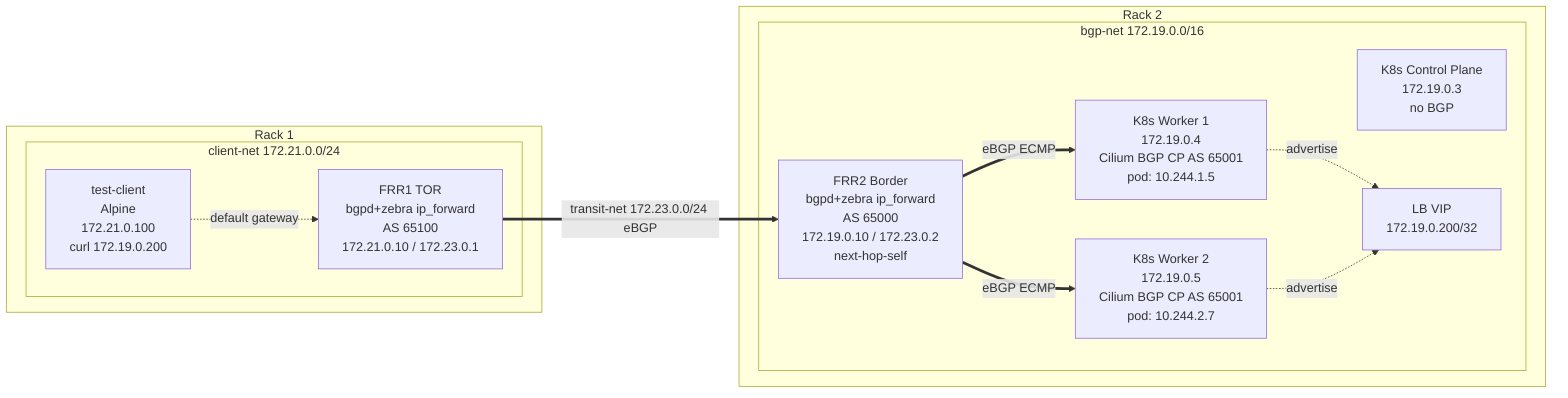
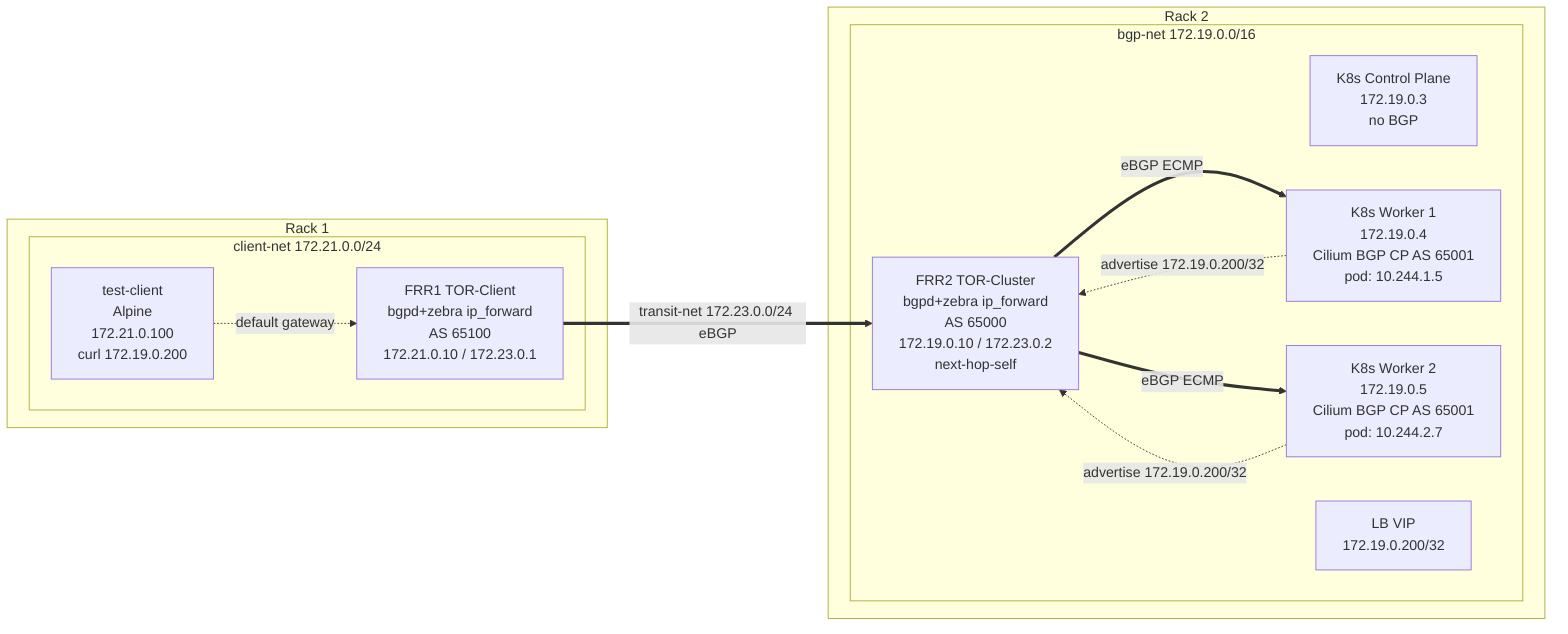
graph LR
    subgraph R1["Rack 1"]
        subgraph CN["client-net 172.21.0.0/24"]
            CL["test-client
                Alpine
                172.21.0.100
                curl 172.19.0.200"]
-             F1["FRR1 TOR
+             F1["FRR1 TOR-Client
                bgpd+zebra ip_forward
                AS 65100
                172.21.0.10 / 172.23.0.1"]
        end
    end

    F1 ==>|transit-net 172.23.0.0/24 eBGP| F2

    subgraph R2["Rack 2"]
        subgraph BN["bgp-net 172.19.0.0/16"]
-             F2["FRR2 Border
+             F2["FRR2 TOR-Cluster
                bgpd+zebra ip_forward
                AS 65000
                172.19.0.10 / 172.23.0.2
                next-hop-self"]
            CP["K8s Control Plane
                172.19.0.3
                no BGP"]
            WK["K8s Worker 1
                172.19.0.4
                Cilium BGP CP AS 65001
                pod: 10.244.1.5"]
            WK2["K8s Worker 2
                172.19.0.5
                Cilium BGP CP AS 65001
                pod: 10.244.2.7"]
            LB["LB VIP
                172.19.0.200/32"]
        end
    end

    F2 ==>|eBGP ECMP| WK
    F2 ==>|eBGP ECMP| WK2

-     WK -.->|advertise| LB
-     WK2 -.->|advertise| LB
+     WK -.->|advertise 172.19.0.200/32| F2
+     WK2 -.->|advertise 172.19.0.200/32| F2

    CL -.->|default gateway| F1
